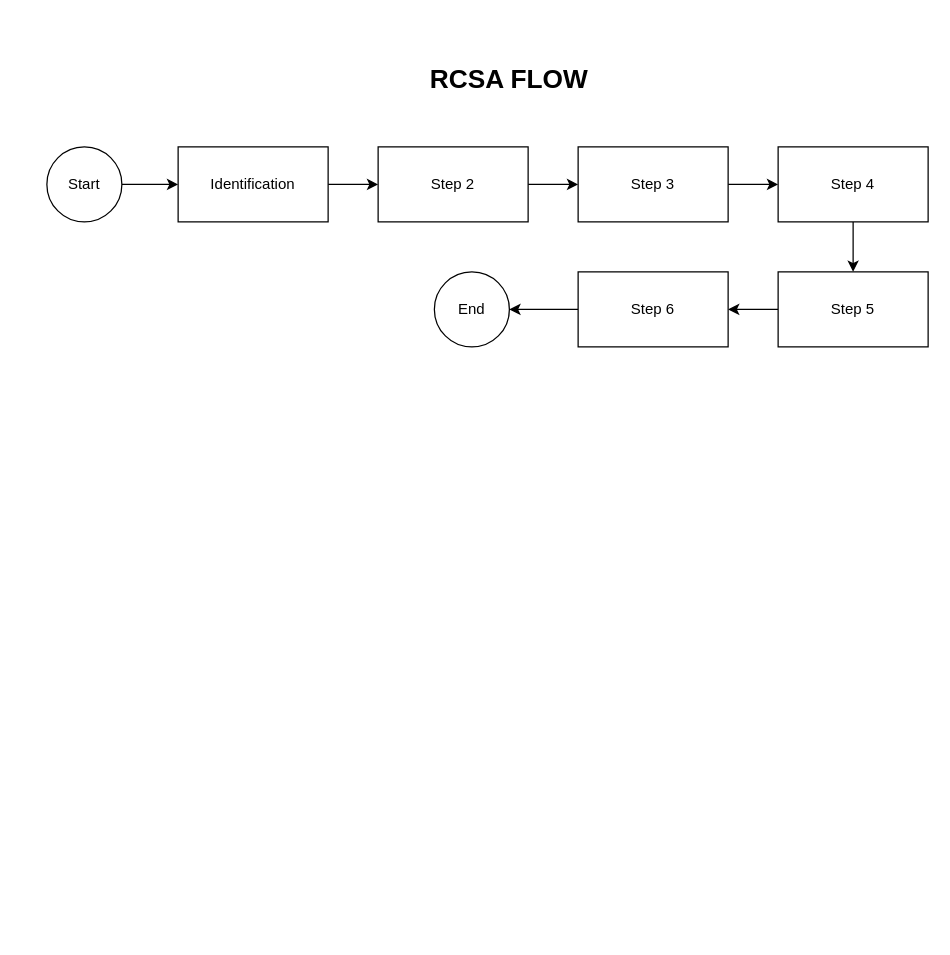
Earlier version of the draw.io diagram page "RCSA FLOW" (2 of 10) of ICOFR.drawio (AvikM1996/draw.io). Source tidied: cells renumbered, new cells numbered last; positions are measured from the earlier drawing's top-left corner, leaving out a move shared by most shapes. Both pictures are drawn from the tidied source at 125%, with x=0, y=0 at pixel (46, 59).
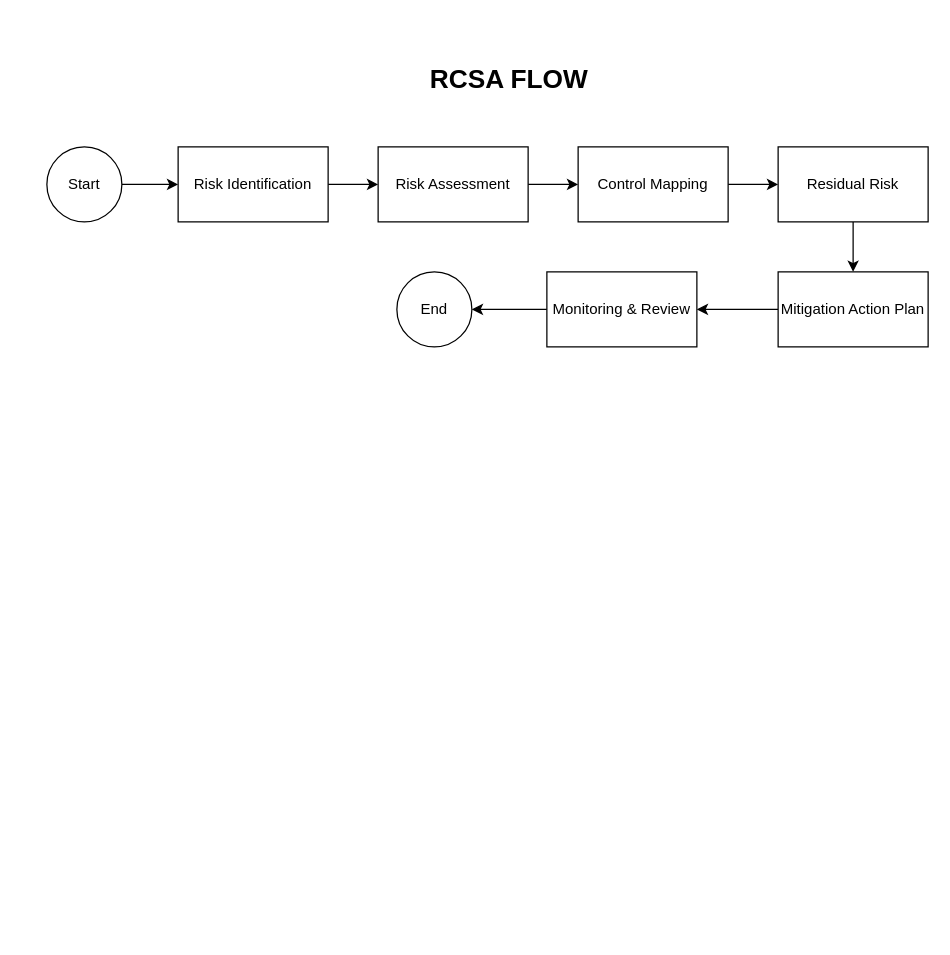
Above is the later version.

The edit, as a diff of the source:
```diff
@@
 <mxGraphModel>
   <root>
     <mxCell id="0" />
     <mxCell id="1" parent="0" />
     <mxCell id="2" value="&lt;font style=&quot;font-size: 21px;&quot;&gt;&lt;b&gt;RCSA FLOW&lt;/b&gt;&lt;/font&gt;" style="text;html=1;whiteSpace=wrap;strokeColor=none;fillColor=none;align=center;verticalAlign=middle;rounded=0;" parent="1" vertex="1">
       <mxGeometry x="290" width="160" height="30" as="geometry" />
     </mxCell>
     <mxCell id="3" style="edgeStyle=orthogonalEdgeStyle;rounded=0;jettySize=auto;html=1;exitX=1;exitY=0.5;exitDx=0;exitDy=0;entryX=0;entryY=0.5;entryDx=0;entryDy=0;" parent="1" edge="1" source="4" target="8">
       <mxGeometry relative="1" as="geometry" />
     </mxCell>
-    <mxCell id="4" value="Identification" style="rounded=0;whiteSpace=wrap;html=1;" parent="1" vertex="1">
+    <mxCell id="4" value="&lt;span&gt;Risk Identification&lt;/span&gt;" style="rounded=0;whiteSpace=wrap;html=1;" parent="1" vertex="1">
       <mxGeometry x="105" y="70" width="120" height="60" as="geometry" />
     </mxCell>
     <mxCell id="5" style="edgeStyle=orthogonalEdgeStyle;rounded=0;jettySize=auto;html=1;exitX=1;exitY=0.5;exitDx=0;exitDy=0;entryX=0;entryY=0.5;entryDx=0;entryDy=0;" parent="1" edge="1" source="6" target="10">
       <mxGeometry relative="1" as="geometry" />
     </mxCell>
-    <mxCell id="6" value="Step 3" style="rounded=0;whiteSpace=wrap;html=1;" parent="1" vertex="1">
+    <mxCell id="6" value="&lt;span&gt;Control Mapping&lt;/span&gt;" style="rounded=0;whiteSpace=wrap;html=1;" parent="1" vertex="1">
       <mxGeometry x="425" y="70" width="120" height="60" as="geometry" />
     </mxCell>
     <mxCell id="7" style="edgeStyle=orthogonalEdgeStyle;rounded=0;jettySize=auto;html=1;exitX=1;exitY=0.5;exitDx=0;exitDy=0;entryX=0;entryY=0.5;entryDx=0;entryDy=0;" parent="1" edge="1" source="8" target="6">
       <mxGeometry relative="1" as="geometry" />
     </mxCell>
-    <mxCell id="8" value="Step 2" style="rounded=0;whiteSpace=wrap;html=1;" parent="1" vertex="1">
+    <mxCell id="8" value="&lt;span&gt;Risk Assessment&lt;/span&gt;" style="rounded=0;whiteSpace=wrap;html=1;" parent="1" vertex="1">
       <mxGeometry x="265" y="70" width="120" height="60" as="geometry" />
     </mxCell>
     <mxCell id="9" style="edgeStyle=orthogonalEdgeStyle;rounded=0;jettySize=auto;html=1;exitX=0.5;exitY=1;exitDx=0;exitDy=0;entryX=0.5;entryY=0;entryDx=0;entryDy=0;" parent="1" edge="1" source="10" target="15">
       <mxGeometry relative="1" as="geometry" />
     </mxCell>
-    <mxCell id="10" value="Step 4" style="rounded=0;whiteSpace=wrap;html=1;" parent="1" vertex="1">
+    <mxCell id="10" value="&lt;span&gt;Residual Risk&lt;/span&gt;" style="rounded=0;whiteSpace=wrap;html=1;" parent="1" vertex="1">
       <mxGeometry x="585" y="70" width="120" height="60" as="geometry" />
     </mxCell>
     <mxCell id="11" style="edgeStyle=orthogonalEdgeStyle;rounded=0;jettySize=auto;html=1;entryX=0;entryY=0.5;entryDx=0;entryDy=0;" parent="1" edge="1" source="12" target="4">
       <mxGeometry relative="1" as="geometry" />
     </mxCell>
     <mxCell id="12" value="Start" style="ellipse;whiteSpace=wrap;html=1;" parent="1" vertex="1">
       <mxGeometry y="70" width="60" height="60" as="geometry" />
     </mxCell>
     <mxCell id="13" value="End" style="ellipse;whiteSpace=wrap;html=1;" parent="1" vertex="1">
-      <mxGeometry x="310" y="170" width="60" height="60" as="geometry" />
+      <mxGeometry x="280" y="170" width="60" height="60" as="geometry" />
     </mxCell>
-    <mxCell id="14" style="edgeStyle=orthogonalEdgeStyle;rounded=0;jettySize=auto;html=1;exitX=0;exitY=0.5;exitDx=0;exitDy=0;entryX=1;entryY=0.5;entryDx=0;entryDy=0;" parent="1" edge="1" source="15" target="17">
-      <mxGeometry relative="1" as="geometry" />
-    </mxCell>
+    <mxCell id="18" style="edgeStyle=orthogonalEdgeStyle;rounded=0;jettySize=auto;html=1;exitX=0;exitY=0.5;exitDx=0;exitDy=0;entryX=1;entryY=0.5;entryDx=0;entryDy=0;" parent="1" edge="1" source="15" target="20">
+      <mxGeometry relative="1" as="geometry" />
+    </mxCell>
-    <mxCell id="15" value="Step 5" style="rounded=0;whiteSpace=wrap;html=1;" parent="1" vertex="1">
+    <mxCell id="15" value="&lt;span&gt;Mitigation Action Plan&lt;/span&gt;" style="rounded=0;whiteSpace=wrap;html=1;" parent="1" vertex="1">
       <mxGeometry x="585" y="170" width="120" height="60" as="geometry" />
     </mxCell>
-    <mxCell id="16" style="edgeStyle=orthogonalEdgeStyle;rounded=0;jettySize=auto;html=1;exitX=0;exitY=0.5;exitDx=0;exitDy=0;entryX=1;entryY=0.5;entryDx=0;entryDy=0;" parent="1" edge="1" source="17" target="13">
-      <mxGeometry relative="1" as="geometry" />
-    </mxCell>
-    <mxCell id="17" value="Step 6" style="rounded=0;whiteSpace=wrap;html=1;" parent="1" vertex="1">
-      <mxGeometry x="425" y="170" width="120" height="60" as="geometry" />
-    </mxCell>
+    <mxCell id="19" style="edgeStyle=orthogonalEdgeStyle;rounded=0;jettySize=auto;html=1;exitX=0;exitY=0.5;exitDx=0;exitDy=0;" parent="1" edge="1" source="20" target="13">
+      <mxGeometry relative="1" as="geometry" />
+    </mxCell>
+    <mxCell id="20" value="&lt;span&gt;Monitoring &amp;amp; Review&lt;/span&gt;" style="rounded=0;whiteSpace=wrap;html=1;" parent="1" vertex="1">
+      <mxGeometry x="400" y="170" width="120" height="60" as="geometry" />
+    </mxCell>
+    <mxCell id="21" value="&#10;  &#10;    &#10;      &#10;        &#10;        &#10;&#10;        &#10;        &#10;          &#10;        &#10;&#10;        &#10;          &#10;        &#10;&#10;        &#10;          &#10;        &#10;&#10;        &#10;        &#10;          &#10;        &#10;&#10;        &#10;          &#10;        &#10;&#10;        &#10;          &#10;        &#10;&#10;        &#10;          &#10;        &#10;&#10;        &#10;        &#10;          &#10;        &#10;&#10;        &#10;          &#10;        &#10;&#10;      &#10;    &#10;  &#10;" style="text;whiteSpace=wrap;html=1;" parent="1" vertex="1">
+      <mxGeometry x="-20" y="-30" width="30" height="730" as="geometry" />
+    </mxCell>
   </root>
 </mxGraphModel>
```
